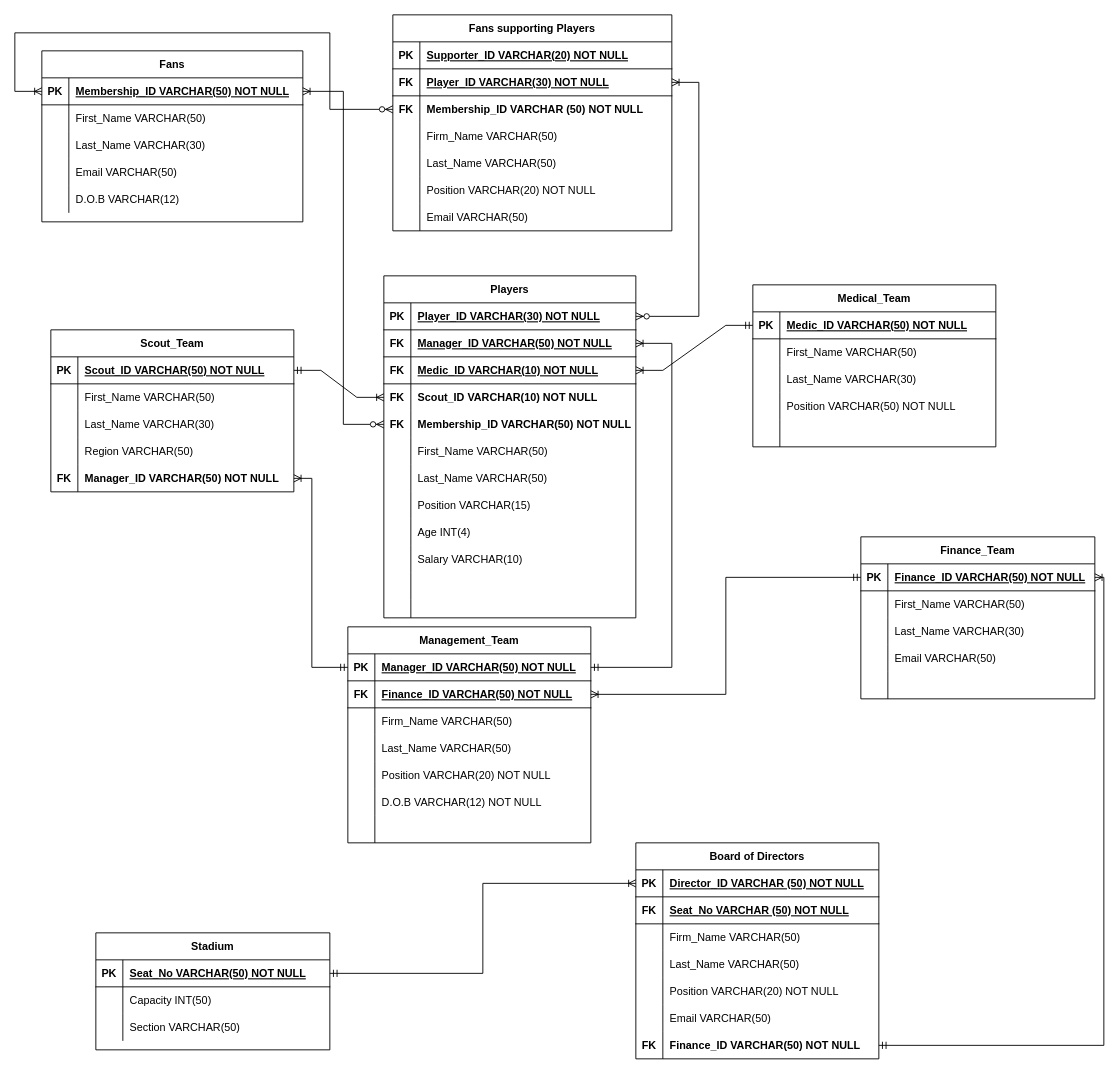
This is page "Physical Data Model" (2 of 2) of ERDiagramupdated.drawio from Smithg8/Databases, a draw.io file, before an edit. Source tidied: cells renumbered, new cells numbered last; positions are measured from the earlier drawing's top-left corner, leaving out a move shared by most shapes. Both pictures are drawn from the tidied source at 90%, with x=0, y=0 at pixel (14, 14).
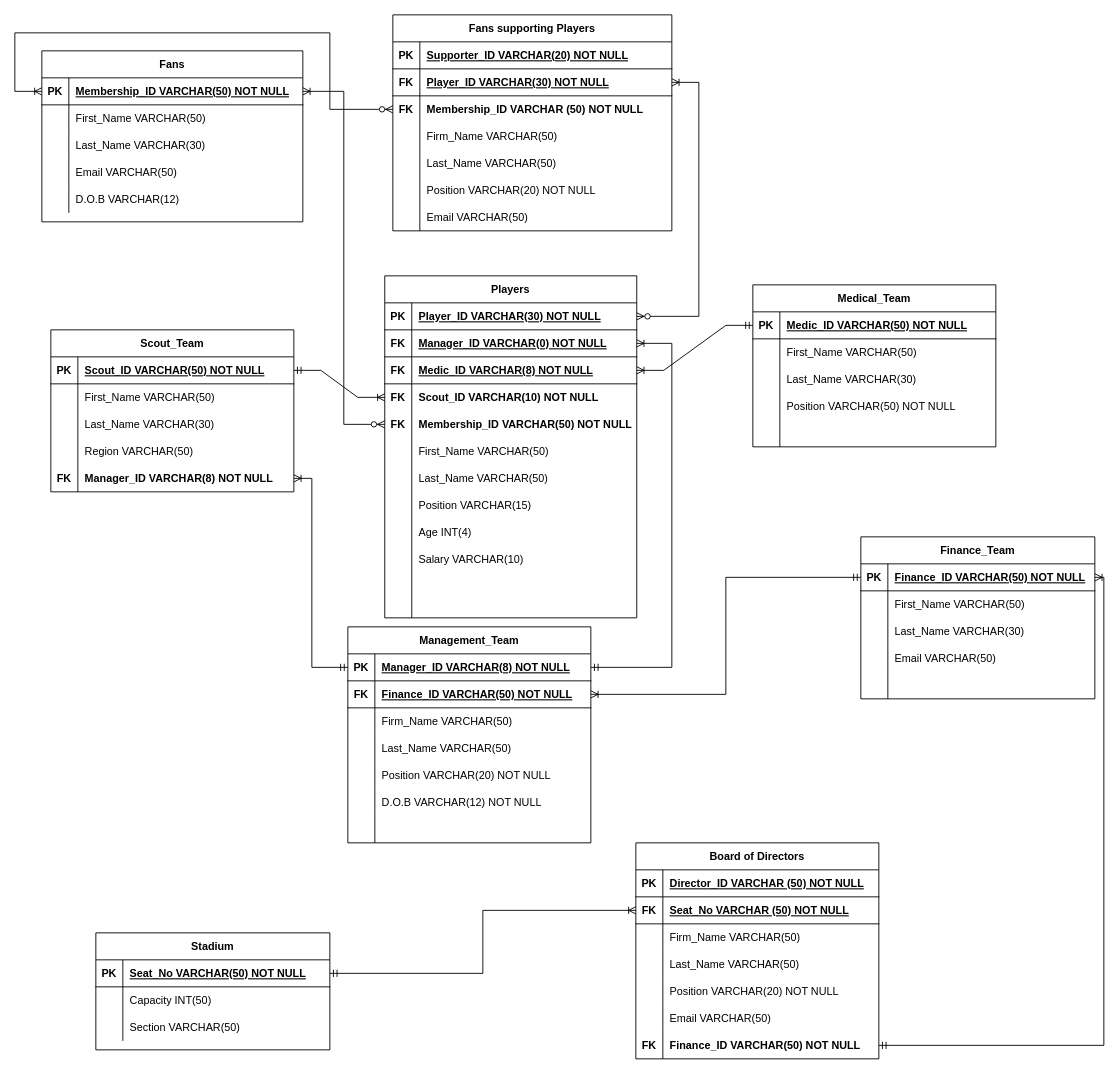
Above is the later version.

Unchanged cells that the change refers to:
```xml
<mxCell id="3" style="shape=tableRow;horizontal=0;startSize=0;swimlaneHead=0;swimlaneBody=0;fillColor=none;points=[[0,0.5],[1,0.5]];portConstraint=eastwest;top=0;left=0;right=0;bottom=1;" parent="2" vertex="1">
  <mxGeometry y="30" width="270" height="30" as="geometry" />
</mxCell>
<mxCell id="6" style="shape=tableRow;horizontal=0;startSize=0;swimlaneHead=0;swimlaneBody=0;fillColor=none;points=[[0,0.5],[1,0.5]];portConstraint=eastwest;top=0;left=0;right=0;bottom=1;" parent="2" vertex="1">
  <mxGeometry y="60" width="270" height="30" as="geometry" />
</mxCell>
<mxCell id="25" style="shape=tableRow;horizontal=0;startSize=0;swimlaneHead=0;swimlaneBody=0;fillColor=none;points=[[0,0.5],[1,0.5]];portConstraint=eastwest;top=0;left=0;right=0;bottom=1;" parent="24" vertex="1">
  <mxGeometry y="30" width="260" height="30" as="geometry" />
</mxCell>
<mxCell id="79" style="shape=tableRow;horizontal=0;startSize=0;swimlaneHead=0;swimlaneBody=0;fillColor=none;points=[[0,0.5],[1,0.5]];portConstraint=eastwest;top=0;left=0;right=0;bottom=0;" parent="66" vertex="1">
  <mxGeometry y="150" width="270" height="30" as="geometry" />
</mxCell>
<mxCell id="86" style="shape=tableRow;horizontal=0;startSize=0;swimlaneHead=0;swimlaneBody=0;fillColor=none;points=[[0,0.5],[1,0.5]];portConstraint=eastwest;top=0;left=0;right=0;bottom=1;" parent="82" vertex="1">
  <mxGeometry y="60" width="280" height="30" as="geometry" />
</mxCell>
<mxCell id="89" style="shape=tableRow;horizontal=0;startSize=0;swimlaneHead=0;swimlaneBody=0;fillColor=none;points=[[0,0.5],[1,0.5]];portConstraint=eastwest;top=0;left=0;right=0;bottom=1;" parent="82" vertex="1">
  <mxGeometry y="90" width="280" height="30" as="geometry" />
</mxCell>
<mxCell id="165" style="shape=tableRow;horizontal=0;startSize=0;swimlaneHead=0;swimlaneBody=0;fillColor=none;points=[[0,0.5],[1,0.5]];portConstraint=eastwest;top=0;left=0;right=0;bottom=1;" parent="164" vertex="1">
  <mxGeometry y="30" width="270" height="30" as="geometry" />
</mxCell>
```

What changed in the source:
```diff
@@
-    <mxCell id="81" value="Manager_ID VARCHAR(50) NOT NULL" style="shape=partialRectangle;fillColor=none;top=0;left=0;bottom=0;right=0;align=left;spacingLeft=6;overflow=hidden;fontStyle=1;" parent="79" vertex="1">
+    <mxCell id="81" value="Manager_ID VARCHAR(8) NOT NULL" style="shape=partialRectangle;fillColor=none;top=0;left=0;bottom=0;right=0;align=left;spacingLeft=6;overflow=hidden;fontStyle=1;" parent="79" vertex="1">
       <mxGeometry x="30" width="240" height="30" as="geometry" />
     </mxCell>
     <mxCell id="82" value="Players" style="shape=table;startSize=30;childLayout=tableLayout;rowLines=0;fontStyle=1;align=center;" parent="1" vertex="1">
-      <mxGeometry x="410" y="290" width="280" height="380" as="geometry" />
+      <mxGeometry x="411" y="290" width="280" height="380" as="geometry" />
     </mxCell>
@@
-    <mxCell id="88" value="Manager_ID VARCHAR(50) NOT NULL" style="shape=partialRectangle;fillColor=none;top=0;left=0;bottom=0;right=0;align=left;spacingLeft=6;fontStyle=5;overflow=hidden;" parent="86" vertex="1">
+    <mxCell id="88" value="Manager_ID VARCHAR(0) NOT NULL" style="shape=partialRectangle;fillColor=none;top=0;left=0;bottom=0;right=0;align=left;spacingLeft=6;fontStyle=5;overflow=hidden;" parent="86" vertex="1">
       <mxGeometry x="30" width="250" height="30" as="geometry" />
     </mxCell>
@@
-    <mxCell id="91" value="Medic_ID VARCHAR(10) NOT NULL" style="shape=partialRectangle;fillColor=none;top=0;left=0;bottom=0;right=0;align=left;spacingLeft=6;fontStyle=5;overflow=hidden;" parent="89" vertex="1">
+    <mxCell id="91" value="Medic_ID VARCHAR(8) NOT NULL" style="shape=partialRectangle;fillColor=none;top=0;left=0;bottom=0;right=0;align=left;spacingLeft=6;fontStyle=5;overflow=hidden;" parent="89" vertex="1">
       <mxGeometry x="30" width="250" height="30" as="geometry" />
     </mxCell>
@@
-    <mxCell id="157" style="fontSize=12;html=1;endArrow=ERoneToMany;startArrow=ERmandOne;rounded=0;exitX=1;exitY=0.5;exitDx=0;exitDy=0;edgeStyle=orthogonalEdgeStyle;entryX=0;entryY=0.5;entryDx=0;entryDy=0;" parent="1" edge="1" source="25" target="3">
+    <mxCell id="157" style="fontSize=12;html=1;endArrow=ERoneToMany;startArrow=ERmandOne;rounded=0;exitX=1;exitY=0.5;exitDx=0;exitDy=0;edgeStyle=orthogonalEdgeStyle;entryX=0;entryY=0.5;entryDx=0;entryDy=0;" parent="1" edge="1" source="25" target="6">
       <mxGeometry relative="1" as="geometry" />
     </mxCell>
@@
-    <mxCell id="167" value="Manager_ID VARCHAR(50) NOT NULL" style="shape=partialRectangle;fillColor=none;top=0;left=0;bottom=0;right=0;align=left;spacingLeft=6;fontStyle=5;overflow=hidden;" parent="165" vertex="1">
+    <mxCell id="167" value="Manager_ID VARCHAR(8) NOT NULL" style="shape=partialRectangle;fillColor=none;top=0;left=0;bottom=0;right=0;align=left;spacingLeft=6;fontStyle=5;overflow=hidden;" parent="165" vertex="1">
       <mxGeometry x="30" width="240" height="30" as="geometry" />
     </mxCell>
```
